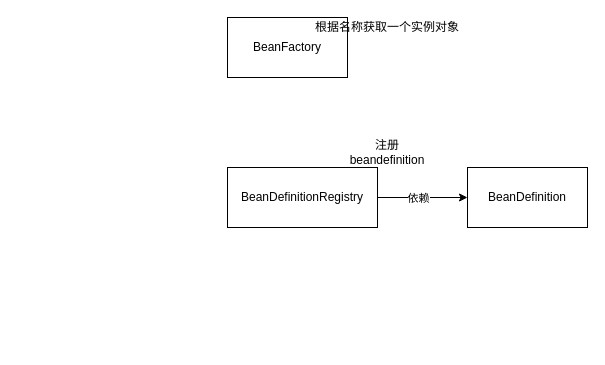
Above: 未命名绘图.drawio in basion187559/draw.io (draw.io), before the change. Source tidied: cells renumbered, new cells numbered last; positions are measured from the earlier drawing's top-left corner, leaving out a move shared by most shapes. Both pictures are drawn from the tidied source at 100%, with x=0, y=0 at pixel (227, 17).
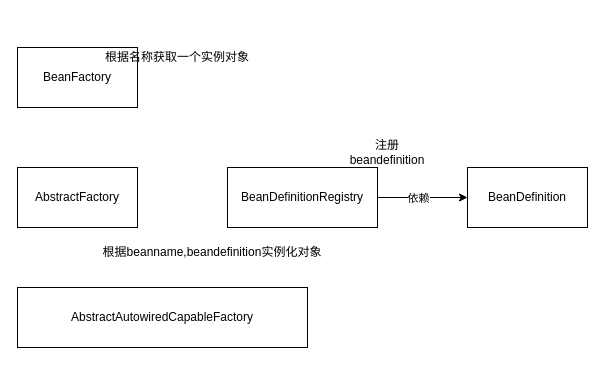
Above is the later version.

Commit message:
更新未命名绘图.drawio

The edit, as a diff of the source:
```diff
@@
 <mxGraphModel>
   <root>
     <mxCell id="0" />
     <mxCell id="1" parent="0" />
     <mxCell id="2" value="BeanFactory" style="rounded=0;whiteSpace=wrap;html=1;" parent="1" vertex="1">
-      <mxGeometry width="120" height="60" as="geometry" />
+      <mxGeometry x="-210" y="30" width="120" height="60" as="geometry" />
     </mxCell>
     <mxCell id="3" value="根据名称获取一个实例对象" style="text;html=1;strokeColor=none;fillColor=none;align=center;verticalAlign=middle;whiteSpace=wrap;rounded=0;" parent="1" vertex="1">
-      <mxGeometry x="80" width="160" height="20" as="geometry" />
+      <mxGeometry x="-130" y="30" width="160" height="20" as="geometry" />
     </mxCell>
     <mxCell id="4" style="edgeStyle=orthogonalEdgeStyle;rounded=0;jettySize=auto;html=1;exitX=1;exitY=0.5;exitDx=0;exitDy=0;entryX=0;entryY=0.5;entryDx=0;entryDy=0;" parent="1" edge="1" source="6" target="7">
       <mxGeometry relative="1" as="geometry" />
     </mxCell>
     <mxCell id="5" value="依赖" style="edgeLabel;html=1;align=center;verticalAlign=middle;" parent="4" vertex="1">
       <mxGeometry x="-0.11" y="1" relative="1" as="geometry">
         <mxPoint y="1" as="offset" />
       </mxGeometry>
     </mxCell>
     <mxCell id="6" value="BeanDefinitionRegistry" style="rounded=0;whiteSpace=wrap;html=1;" parent="1" vertex="1">
       <mxGeometry y="150" width="150" height="60" as="geometry" />
     </mxCell>
     <mxCell id="7" value="BeanDefinition" style="rounded=0;whiteSpace=wrap;html=1;" parent="1" vertex="1">
       <mxGeometry x="240" y="150" width="120" height="60" as="geometry" />
     </mxCell>
     <mxCell id="8" value="注册beandefinition" style="text;html=1;strokeColor=none;fillColor=none;align=center;verticalAlign=middle;whiteSpace=wrap;rounded=0;" parent="1" vertex="1">
       <mxGeometry x="110" y="120" width="100" height="30" as="geometry" />
     </mxCell>
+    <mxCell id="9" value="AbstractFactory" style="rounded=0;whiteSpace=wrap;html=1;" parent="1" vertex="1">
+      <mxGeometry x="-210" y="150" width="120" height="60" as="geometry" />
+    </mxCell>
+    <mxCell id="10" value="根据beanname,beandefinition实例化对象" style="text;html=1;strokeColor=none;fillColor=none;align=center;verticalAlign=middle;whiteSpace=wrap;rounded=0;" parent="1" vertex="1">
+      <mxGeometry x="-130" y="220" width="230" height="30" as="geometry" />
+    </mxCell>
+    <mxCell id="11" value="AbstractAutowiredCapableFactory" style="rounded=0;whiteSpace=wrap;html=1;" parent="1" vertex="1">
+      <mxGeometry x="-210" y="270" width="290" height="60" as="geometry" />
+    </mxCell>
   </root>
 </mxGraphModel>
```
